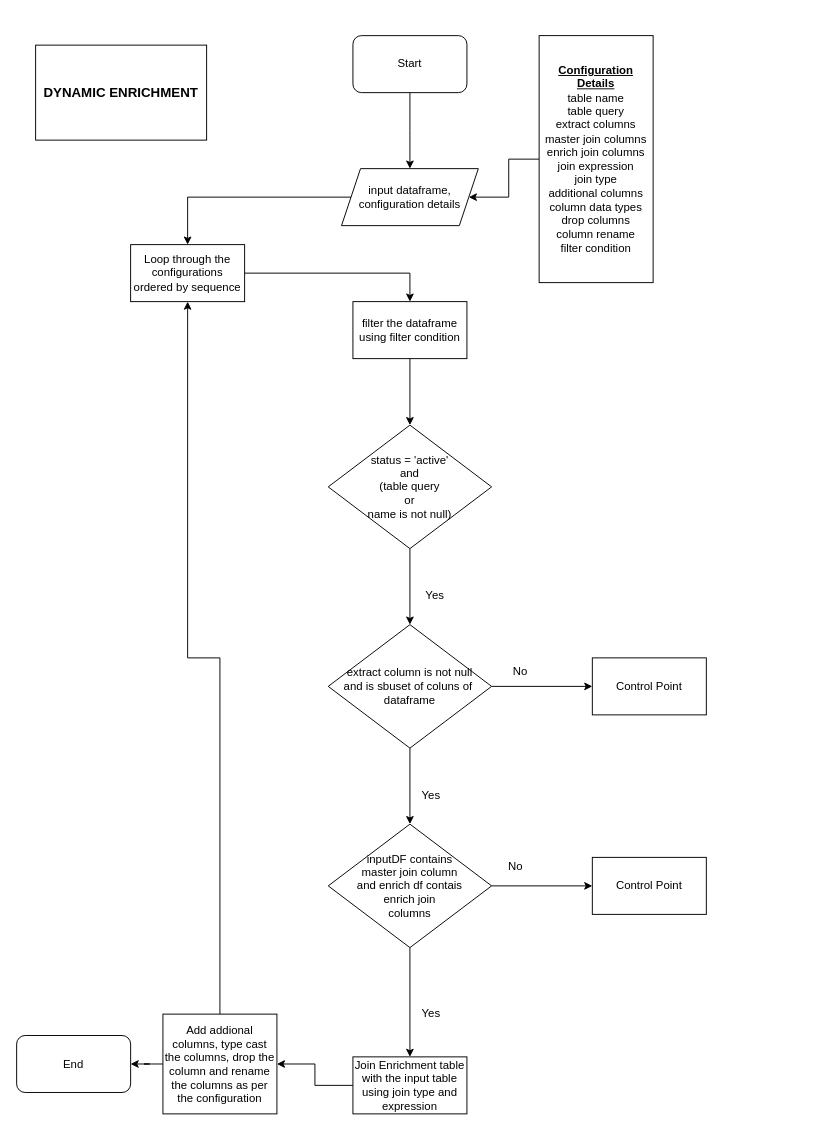
This is page "enrichment" (2 of 2) of JSONParsing.drawio from praneethsai83/GenericProcessing, a draw.io file, before an edit. Source tidied: cells renumbered, new cells numbered last; positions are measured from the earlier drawing's top-left corner, leaving out a move shared by most shapes. Both pictures are drawn from the tidied source at 95%, with x=0, y=0 at pixel (16, 35).
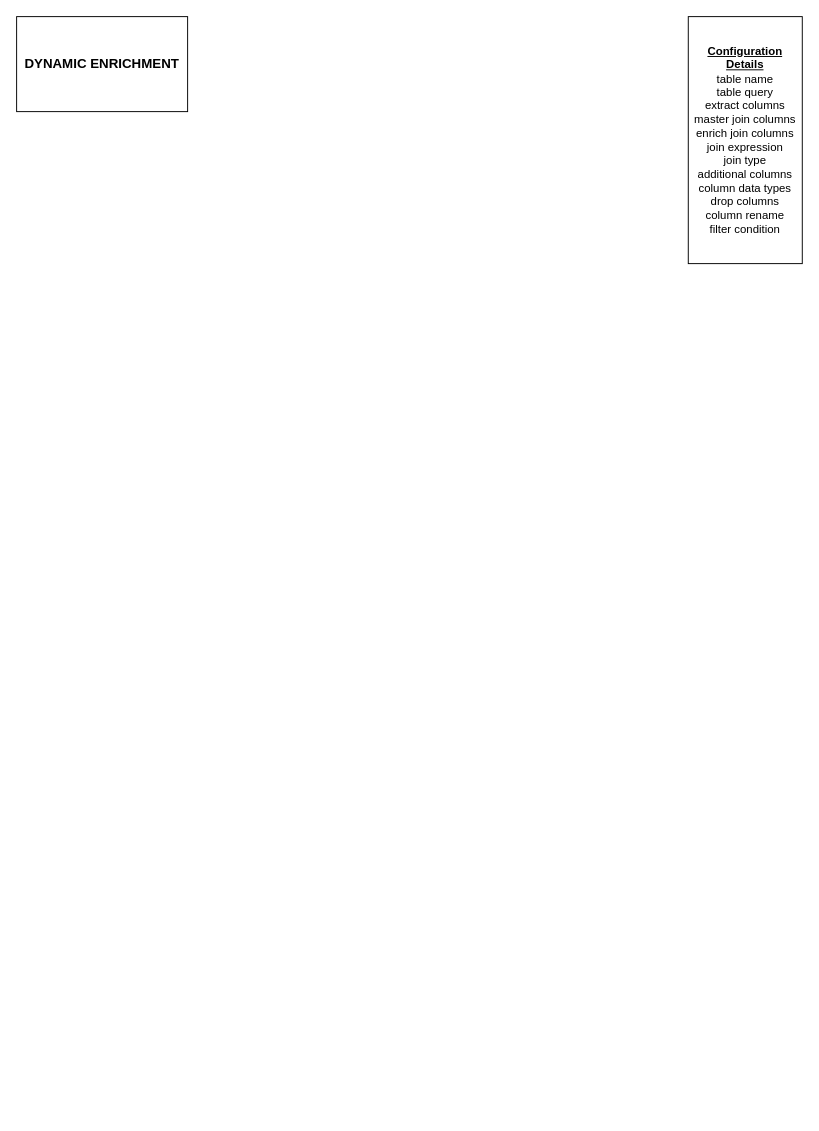
Above is the later version.

Diff of the diagram source:
```diff
@@
-    <mxCell id="2" style="edgeStyle=orthogonalEdgeStyle;rounded=0;jettySize=auto;html=1;" parent="1" edge="1" source="3">
-      <mxGeometry relative="1" as="geometry">
-        <mxPoint x="414" y="140" as="targetPoint" />
-      </mxGeometry>
-    </mxCell>
-    <mxCell id="3" value="Start" style="rounded=1;whiteSpace=wrap;html=1;" parent="1" vertex="1">
-      <mxGeometry x="354" width="120" height="60" as="geometry" />
-    </mxCell>
-    <mxCell id="4" style="edgeStyle=orthogonalEdgeStyle;rounded=0;jettySize=auto;html=1;entryX=1;entryY=0.5;entryDx=0;entryDy=0;" parent="1" edge="1" source="5" target="7">
-      <mxGeometry relative="1" as="geometry" />
-    </mxCell>
     <mxCell id="5" value="&lt;b&gt;&lt;u&gt;Configuration Details&lt;/u&gt;&lt;/b&gt;&lt;br&gt;table name&lt;br&gt;table query&lt;br&gt;extract columns&lt;br&gt;master join columns&lt;br&gt;enrich join columns&lt;br&gt;join expression&lt;br&gt;join type&lt;br&gt;additional columns&lt;br&gt;column data types&lt;br&gt;drop columns&lt;br&gt;column rename&lt;br&gt;filter condition" style="rounded=0;whiteSpace=wrap;html=1;" parent="1" vertex="1">
-      <mxGeometry x="550" width="120" height="260" as="geometry" />
+      <mxGeometry x="707" y="-20" width="120" height="260" as="geometry" />
     </mxCell>
-    <mxCell id="6" style="edgeStyle=orthogonalEdgeStyle;rounded=0;jettySize=auto;html=1;exitX=0;exitY=0.5;exitDx=0;exitDy=0;entryX=0.5;entryY=0;entryDx=0;entryDy=0;" parent="1" edge="1" source="7" target="32">
-      <mxGeometry relative="1" as="geometry" />
-    </mxCell>
-    <mxCell id="7" value="input dataframe, configuration details" style="shape=parallelogram;perimeter=parallelogramPerimeter;whiteSpace=wrap;html=1;fixedSize=1;" parent="1" vertex="1">
-      <mxGeometry x="342" y="140" width="144" height="60" as="geometry" />
-    </mxCell>
-    <mxCell id="8" style="edgeStyle=orthogonalEdgeStyle;rounded=0;jettySize=auto;html=1;" parent="1" edge="1" source="9" target="11">
-      <mxGeometry relative="1" as="geometry" />
-    </mxCell>
-    <mxCell id="9" value="filter the dataframe using filter condition" style="whiteSpace=wrap;html=1;" parent="1" vertex="1">
-      <mxGeometry x="354" y="280" width="120" height="60" as="geometry" />
-    </mxCell>
-    <mxCell id="10" style="edgeStyle=orthogonalEdgeStyle;rounded=0;jettySize=auto;html=1;" parent="1" edge="1" source="11" target="14">
-      <mxGeometry relative="1" as="geometry" />
-    </mxCell>
-    <mxCell id="11" value="status = 'active' &lt;br&gt;and &lt;br&gt;(table query &lt;br&gt;or &lt;br&gt;name is not null)" style="rhombus;whiteSpace=wrap;html=1;" parent="1" vertex="1">
-      <mxGeometry x="328" y="410" width="172" height="130" as="geometry" />
-    </mxCell>
-    <mxCell id="12" style="edgeStyle=orthogonalEdgeStyle;rounded=0;jettySize=auto;html=1;" parent="1" edge="1" source="14" target="18">
-      <mxGeometry relative="1" as="geometry" />
-    </mxCell>
-    <mxCell id="13" style="edgeStyle=orthogonalEdgeStyle;rounded=0;jettySize=auto;html=1;" parent="1" edge="1" source="14" target="20">
-      <mxGeometry relative="1" as="geometry" />
-    </mxCell>
-    <mxCell id="14" value="extract column is not null&lt;br&gt;and is sbuset of coluns of&amp;nbsp;&lt;br&gt;dataframe" style="rhombus;whiteSpace=wrap;html=1;" parent="1" vertex="1">
-      <mxGeometry x="328" y="620" width="172" height="130" as="geometry" />
-    </mxCell>
-    <mxCell id="15" value="Yes" style="text;html=1;align=center;verticalAlign=middle;strokeColor=none;" parent="1" vertex="1">
-      <mxGeometry x="425" y="580" width="30" height="20" as="geometry" />
-    </mxCell>
-    <mxCell id="16" style="edgeStyle=orthogonalEdgeStyle;rounded=0;jettySize=auto;html=1;" parent="1" edge="1" source="18" target="21">
-      <mxGeometry relative="1" as="geometry" />
-    </mxCell>
-    <mxCell id="17" style="edgeStyle=orthogonalEdgeStyle;rounded=0;jettySize=auto;html=1;" parent="1" edge="1" source="18" target="25">
-      <mxGeometry relative="1" as="geometry" />
-    </mxCell>
-    <mxCell id="18" value="inputDF contains &lt;br&gt;master&amp;nbsp;join column &lt;br&gt;and enrich df contais &lt;br&gt;enrich join &lt;br&gt;columns" style="rhombus;whiteSpace=wrap;html=1;" parent="1" vertex="1">
-      <mxGeometry x="328" y="830" width="172" height="130" as="geometry" />
-    </mxCell>
-    <mxCell id="19" value="Yes" style="text;html=1;align=center;verticalAlign=middle;strokeColor=none;" parent="1" vertex="1">
-      <mxGeometry x="421" y="790" width="30" height="20" as="geometry" />
-    </mxCell>
-    <mxCell id="20" value="Control Point" style="whiteSpace=wrap;html=1;" parent="1" vertex="1">
-      <mxGeometry x="606" y="655" width="120" height="60" as="geometry" />
-    </mxCell>
-    <mxCell id="21" value="Control Point" style="whiteSpace=wrap;html=1;" parent="1" vertex="1">
-      <mxGeometry x="606" y="865" width="120" height="60" as="geometry" />
-    </mxCell>
-    <mxCell id="22" value="No" style="text;html=1;align=center;verticalAlign=middle;strokeColor=none;" parent="1" vertex="1">
-      <mxGeometry x="515" y="660" width="30" height="20" as="geometry" />
-    </mxCell>
-    <mxCell id="23" value="No" style="text;html=1;align=center;verticalAlign=middle;strokeColor=none;" parent="1" vertex="1">
-      <mxGeometry x="510" y="865" width="30" height="20" as="geometry" />
-    </mxCell>
-    <mxCell id="24" style="edgeStyle=orthogonalEdgeStyle;rounded=0;jettySize=auto;html=1;" parent="1" edge="1" source="25" target="28">
-      <mxGeometry relative="1" as="geometry" />
-    </mxCell>
-    <mxCell id="25" value="Join Enrichment table with the input table using join type and expression" style="whiteSpace=wrap;html=1;" parent="1" vertex="1">
-      <mxGeometry x="354" y="1075" width="120" height="60" as="geometry" />
-    </mxCell>
-    <mxCell id="26" style="edgeStyle=orthogonalEdgeStyle;rounded=0;jettySize=auto;html=1;" parent="1" edge="1" source="28" target="30">
-      <mxGeometry relative="1" as="geometry" />
-    </mxCell>
-    <mxCell id="27" style="edgeStyle=orthogonalEdgeStyle;rounded=0;jettySize=auto;html=1;entryX=0.5;entryY=1;entryDx=0;entryDy=0;" parent="1" edge="1" source="28" target="32">
-      <mxGeometry relative="1" as="geometry" />
-    </mxCell>
-    <mxCell id="28" value="Add addional columns, type cast the columns, drop the column and rename the columns as per the configuration" style="whiteSpace=wrap;html=1;" parent="1" vertex="1">
-      <mxGeometry x="154" y="1030" width="120" height="105" as="geometry" />
-    </mxCell>
-    <mxCell id="29" value="Yes" style="text;html=1;align=center;verticalAlign=middle;strokeColor=none;" parent="1" vertex="1">
-      <mxGeometry x="421" y="1020" width="30" height="20" as="geometry" />
-    </mxCell>
-    <mxCell id="30" value="End" style="rounded=1;whiteSpace=wrap;html=1;" parent="1" vertex="1">
-      <mxGeometry y="1052.5" width="120" height="60" as="geometry" />
-    </mxCell>
-    <mxCell id="31" style="edgeStyle=orthogonalEdgeStyle;rounded=0;jettySize=auto;html=1;entryX=0.5;entryY=0;entryDx=0;entryDy=0;" parent="1" edge="1" source="32" target="9">
-      <mxGeometry relative="1" as="geometry" />
-    </mxCell>
-    <mxCell id="32" value="Loop through the configurations ordered by sequence" style="whiteSpace=wrap;html=1;" parent="1" vertex="1">
-      <mxGeometry x="120" y="220" width="120" height="60" as="geometry" />
-    </mxCell>
     <mxCell id="33" value="&lt;b&gt;&lt;font style=&quot;font-size: 14px&quot;&gt;DYNAMIC ENRICHMENT&lt;/font&gt;&lt;/b&gt;" style="whiteSpace=wrap;html=1;" parent="1" vertex="1">
-      <mxGeometry x="20" y="10" width="180" height="100" as="geometry" />
+      <mxGeometry y="-20" width="180" height="100" as="geometry" />
     </mxCell>
```
